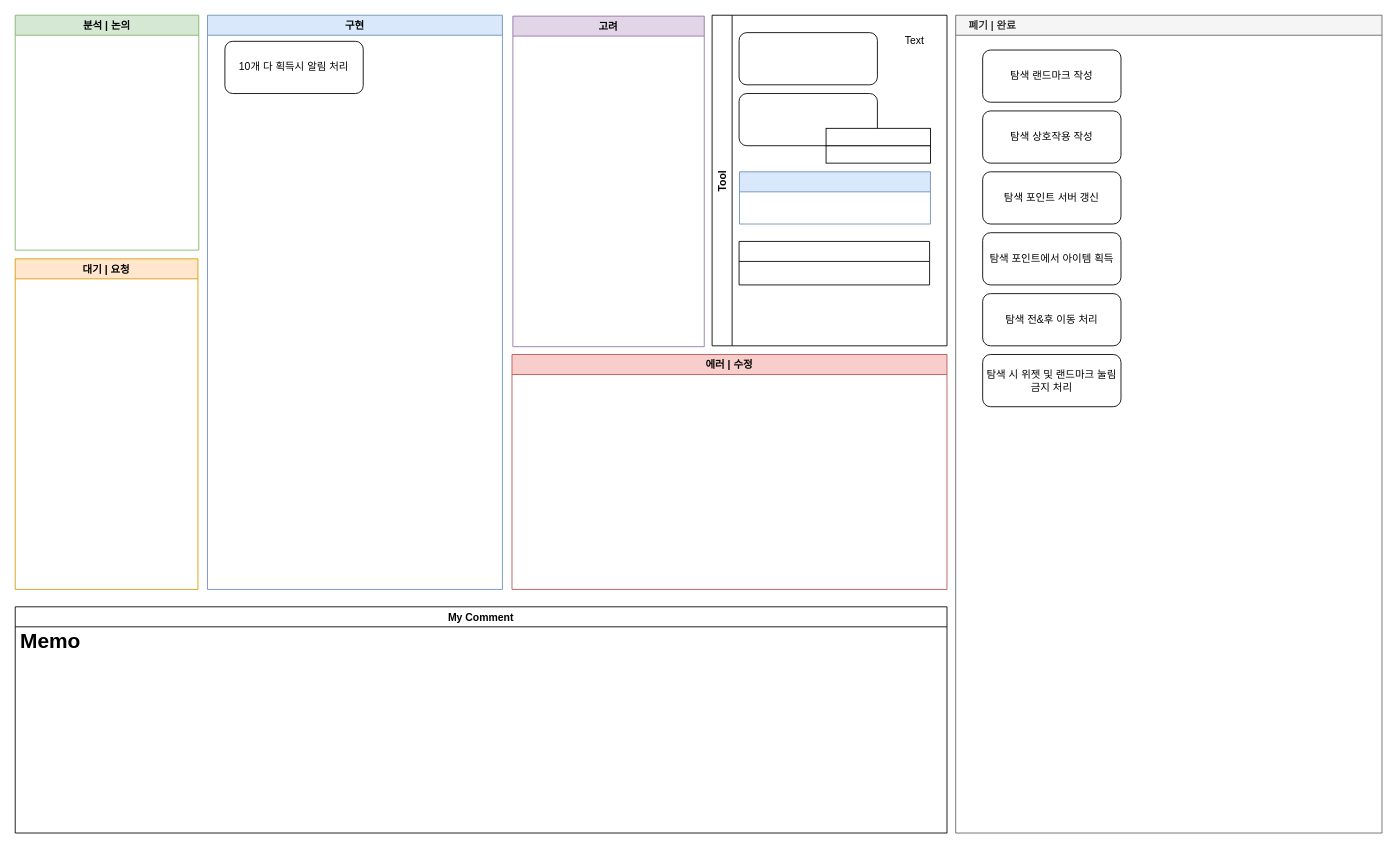
Above: 탐색 시스템 진행상황.drawio in Endorr/Job-Board (draw.io), before the change. Source tidied: cells renumbered, new cells numbered last; positions are measured from the earlier drawing's top-left corner, leaving out a move shared by most shapes. Both pictures are drawn from the tidied source at 87%, with x=0, y=0 at pixel (15, 15).
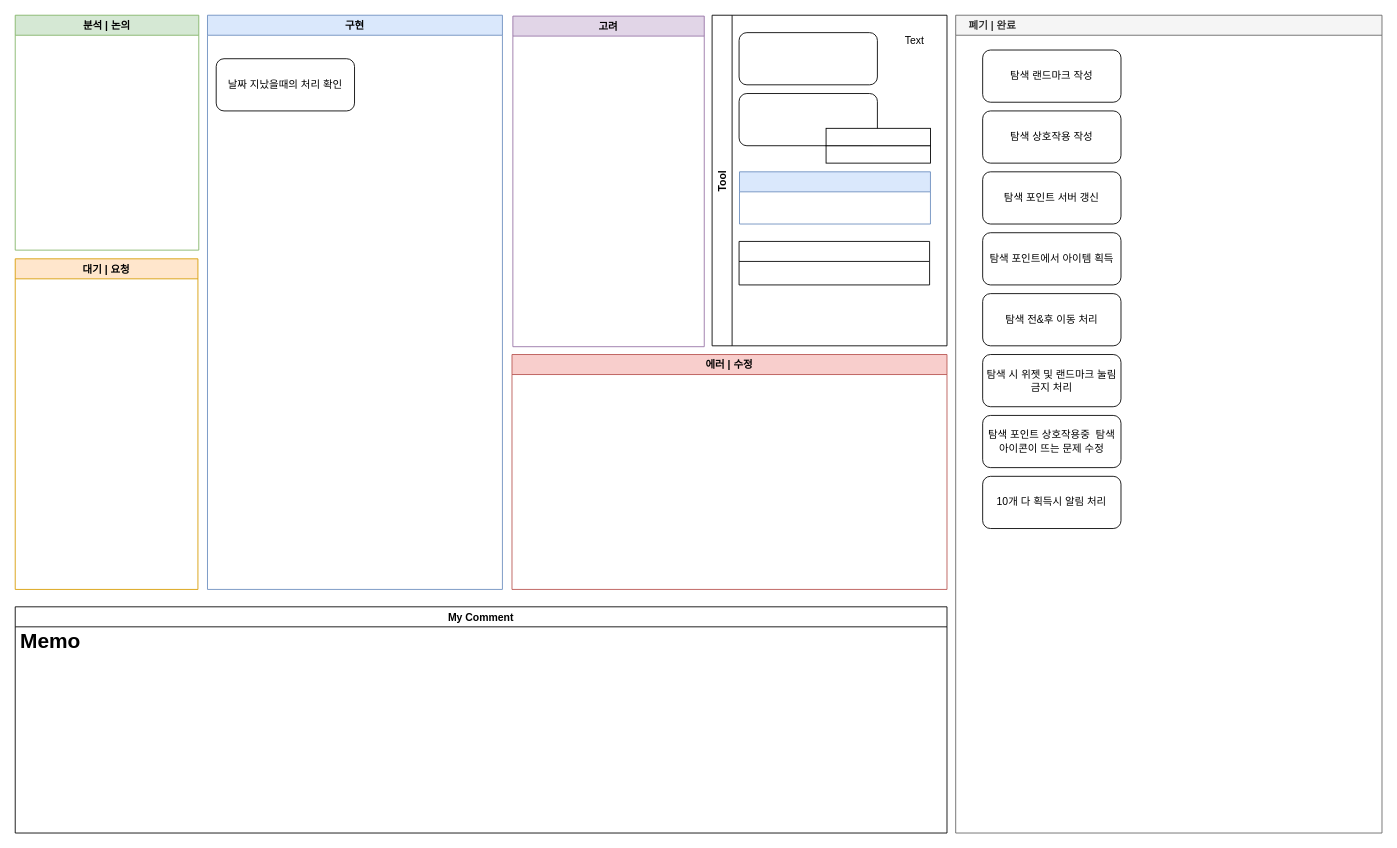
After the change.

Commit message:
Update 탐색 시스템 진행상황.drawio

The change refers to these unchanged cells:
```xml
<mxCell id="2" value="구현" style="swimlane;fillColor=#dae8fc;strokeColor=#6c8ebf;" parent="1" vertex="1">
  <mxGeometry x="221" width="339" height="660" as="geometry" />
</mxCell>
<mxCell id="8" value="    폐기 | 완료" style="swimlane;strokeColor=#666666;fillColor=#f5f5f5;fontColor=#333333;align=left;" parent="1" vertex="1">
  <mxGeometry x="1081" width="490" height="940" as="geometry" />
</mxCell>
```

The edit, as a diff of the source:
```diff
@@
-    <mxCell id="3" value="10개 다 획득시 알림 처리" style="rounded=1;whiteSpace=wrap;html=1;" parent="2" vertex="1">
-      <mxGeometry x="20" y="30" width="159" height="60" as="geometry" />
-    </mxCell>
+    <mxCell id="26" value="날짜 지났을때의 처리 확인" style="rounded=1;whiteSpace=wrap;html=1;" parent="2" vertex="1">
+      <mxGeometry x="10" y="50" width="159" height="60" as="geometry" />
+    </mxCell>
@@
+    <mxCell id="27" value="탐색 포인트 상호작용중&amp;nbsp; 탐색 아이콘이 뜨는 문제 수정" style="rounded=1;whiteSpace=wrap;html=1;" parent="8" vertex="1">
+      <mxGeometry x="31" y="460" width="159" height="60" as="geometry" />
+    </mxCell>
+    <mxCell id="3" value="10개 다 획득시 알림 처리" style="rounded=1;whiteSpace=wrap;html=1;" parent="8" vertex="1">
+      <mxGeometry x="31" y="530" width="159" height="60" as="geometry" />
+    </mxCell>
```
